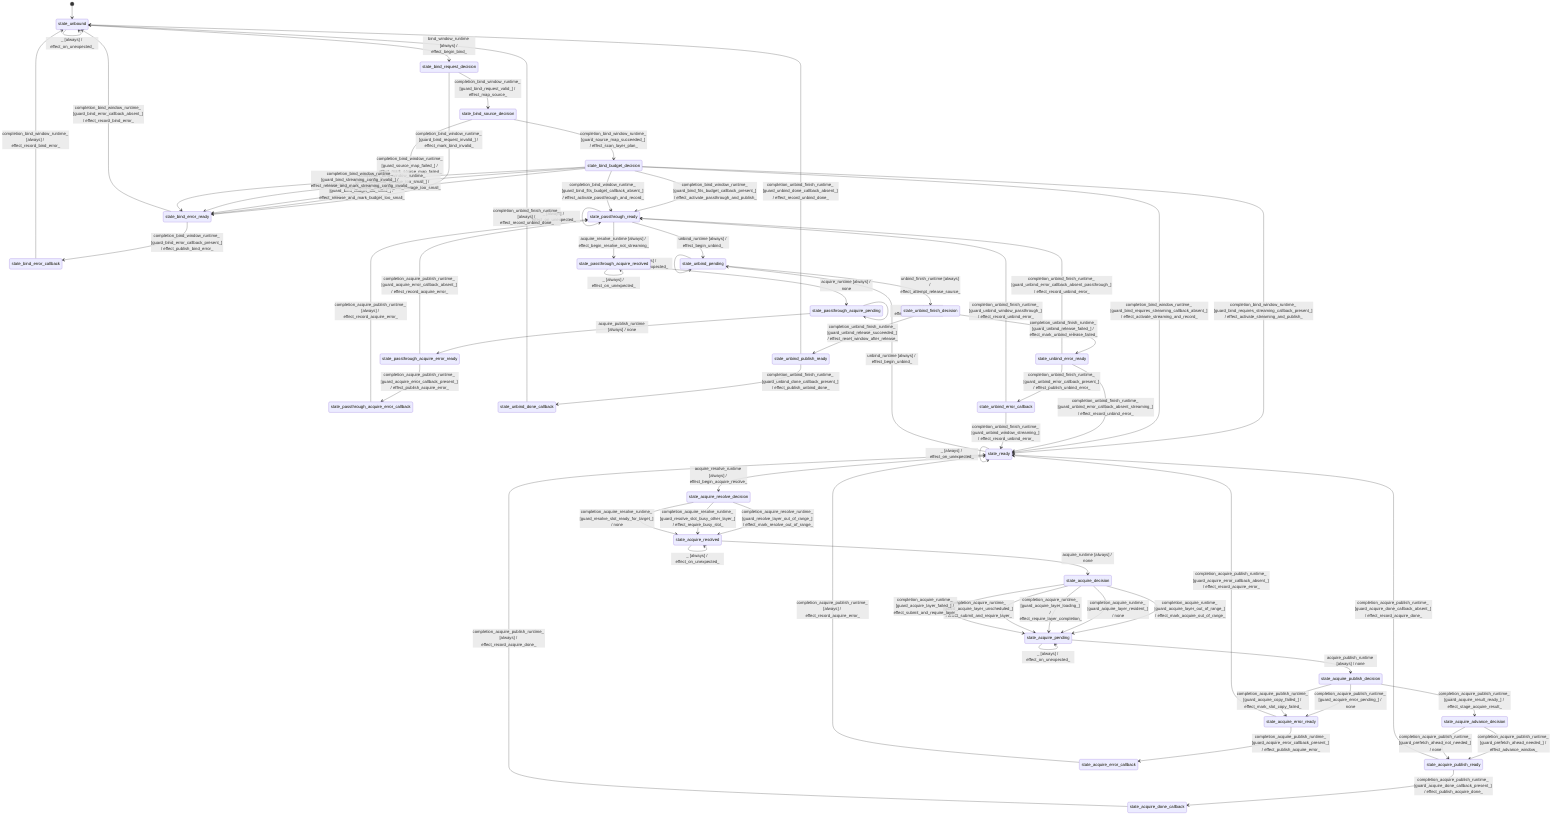
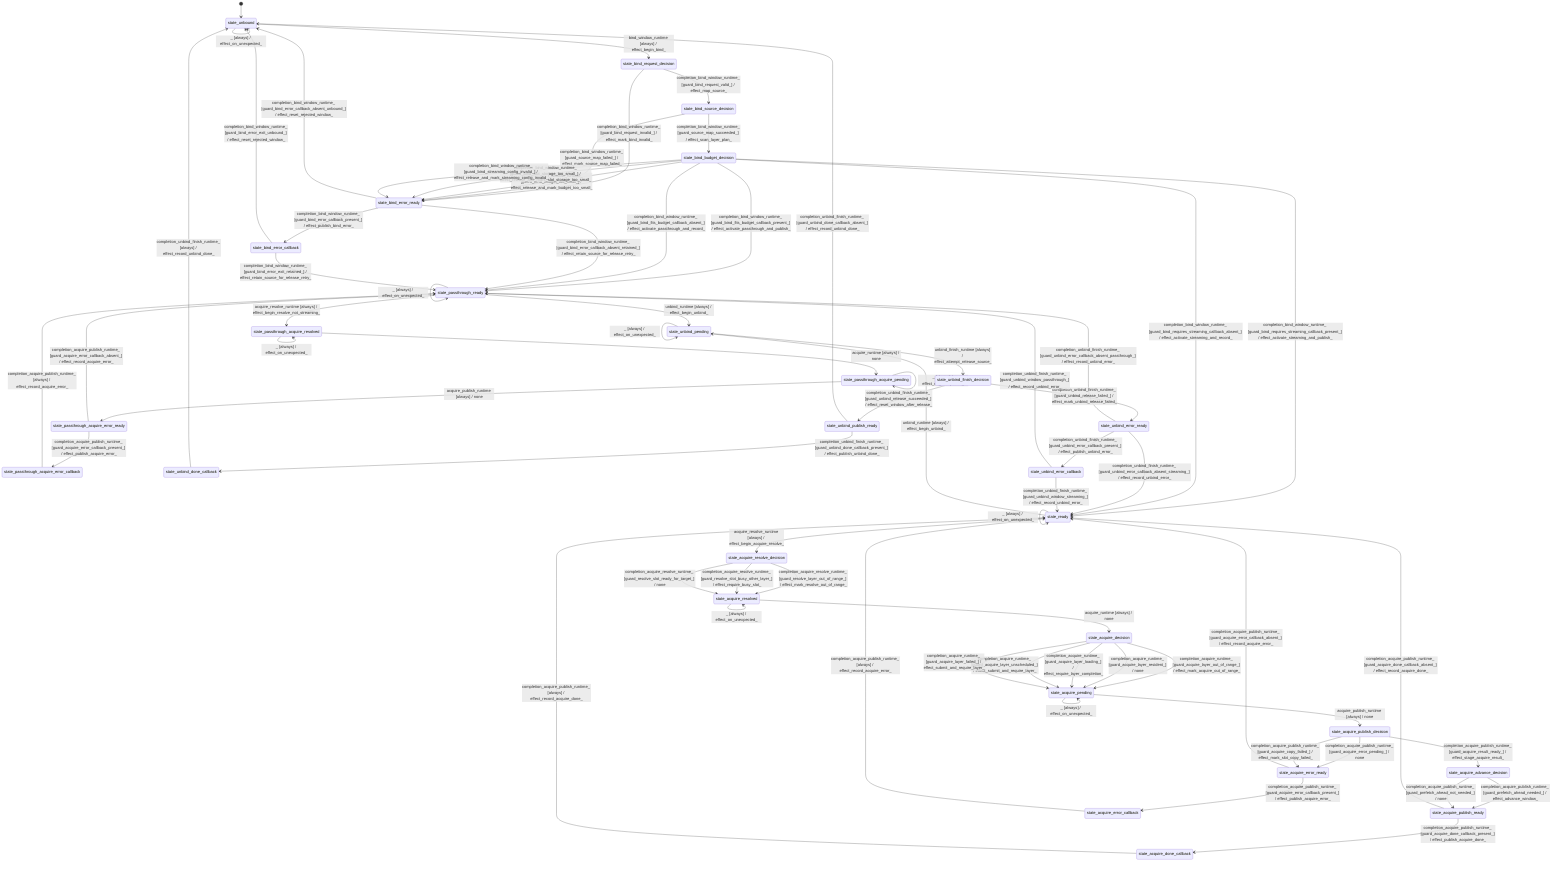
stateDiagram-v2
  direction TB
  [*] --> state_unbound
  state_unbound --> state_bind_request_decision : bind_window_runtime [always] / effect_begin_bind_
  state_bind_request_decision --> state_bind_source_decision : completion_bind_window_runtime_ [guard_bind_request_valid_] / effect_map_source_
  state_bind_request_decision --> state_bind_error_ready : completion_bind_window_runtime_ [guard_bind_request_invalid_] / effect_mark_bind_invalid_
  state_bind_source_decision --> state_bind_budget_decision : completion_bind_window_runtime_ [guard_source_map_succeeded_] / effect_scan_layer_plan_
  state_bind_source_decision --> state_bind_error_ready : completion_bind_window_runtime_ [guard_source_map_failed_] / effect_mark_source_map_failed_
  state_bind_budget_decision --> state_passthrough_ready : completion_bind_window_runtime_ [guard_bind_fits_budget_callback_present_] / effect_activate_passthrough_and_publish_
  state_bind_budget_decision --> state_passthrough_ready : completion_bind_window_runtime_ [guard_bind_fits_budget_callback_absent_] / effect_activate_passthrough_and_record_
  state_bind_budget_decision --> state_ready : completion_bind_window_runtime_ [guard_bind_requires_streaming_callback_present_] / effect_activate_streaming_and_publish_
  state_bind_budget_decision --> state_ready : completion_bind_window_runtime_ [guard_bind_requires_streaming_callback_absent_] / effect_activate_streaming_and_record_
  state_bind_budget_decision --> state_bind_error_ready : completion_bind_window_runtime_ [guard_bind_budget_too_small_] / effect_release_and_mark_budget_too_small_
  state_bind_budget_decision --> state_bind_error_ready : completion_bind_window_runtime_ [guard_bind_slot_storage_too_small_] / effect_release_and_mark_slot_storage_too_small_
  state_bind_budget_decision --> state_bind_error_ready : completion_bind_window_runtime_ [guard_bind_streaming_config_invalid_] / effect_release_and_mark_streaming_config_invalid_
  state_bind_error_ready --> state_bind_error_callback : completion_bind_window_runtime_ [guard_bind_error_callback_present_] / effect_publish_bind_error_
-   state_bind_error_ready --> state_unbound : completion_bind_window_runtime_ [guard_bind_error_callback_absent_] / effect_record_bind_error_
-   state_bind_error_callback --> state_unbound : completion_bind_window_runtime_ [always] / effect_record_bind_error_
+   state_bind_error_ready --> state_unbound : completion_bind_window_runtime_ [guard_bind_error_callback_absent_unbound_] / effect_reset_rejected_window_
+   state_bind_error_ready --> state_passthrough_ready : completion_bind_window_runtime_ [guard_bind_error_callback_absent_retained_] / effect_retain_source_for_release_retry_
+   state_bind_error_callback --> state_unbound : completion_bind_window_runtime_ [guard_bind_error_exit_unbound_] / effect_reset_rejected_window_
+   state_bind_error_callback --> state_passthrough_ready : completion_bind_window_runtime_ [guard_bind_error_exit_retained_] / effect_retain_source_for_release_retry_
  state_ready --> state_ready : bind_window_runtime [guard_bind_error_callback_present_] / effect_mark_already_bound_and_publish_
  state_ready --> state_ready : bind_window_runtime [guard_bind_error_callback_absent_] / effect_mark_bind_already_bound_
  state_passthrough_ready --> state_passthrough_ready : bind_window_runtime [guard_bind_error_callback_present_] / effect_mark_already_bound_and_publish_
  state_passthrough_ready --> state_passthrough_ready : bind_window_runtime [guard_bind_error_callback_absent_] / effect_mark_bind_already_bound_
  state_ready --> state_acquire_resolve_decision : acquire_resolve_runtime [always] / effect_begin_acquire_resolve_
  state_acquire_resolve_decision --> state_acquire_resolved : completion_acquire_resolve_runtime_ [guard_resolve_layer_out_of_range_] / effect_mark_resolve_out_of_range_
  state_acquire_resolve_decision --> state_acquire_resolved : completion_acquire_resolve_runtime_ [guard_resolve_slot_busy_other_layer_] / effect_require_busy_slot_
  state_acquire_resolve_decision --> state_acquire_resolved : completion_acquire_resolve_runtime_ [guard_resolve_slot_ready_for_target_] / none
  state_acquire_resolved --> state_acquire_resolved : completion [always] / effect_commit_slot_load_
  state_acquire_resolved --> state_acquire_decision : acquire_runtime [always] / none
  state_acquire_decision --> state_acquire_pending : completion_acquire_runtime_ [guard_acquire_layer_out_of_range_] / effect_mark_acquire_out_of_range_
  state_acquire_decision --> state_acquire_pending : completion_acquire_runtime_ [guard_acquire_layer_resident_] / none
  state_acquire_decision --> state_acquire_pending : completion_acquire_runtime_ [guard_acquire_layer_loading_] / effect_require_layer_completion_
  state_acquire_decision --> state_acquire_pending : completion_acquire_runtime_ [guard_acquire_layer_unscheduled_] / effect_submit_and_require_layer_
  state_acquire_decision --> state_acquire_pending : completion_acquire_runtime_ [guard_acquire_layer_failed_] / effect_submit_and_require_layer_
  state_acquire_pending --> state_acquire_publish_decision : acquire_publish_runtime [always] / none
  state_acquire_publish_decision --> state_acquire_advance_decision : completion_acquire_publish_runtime_ [guard_acquire_result_ready_] / effect_stage_acquire_result_
  state_acquire_publish_decision --> state_acquire_error_ready : completion_acquire_publish_runtime_ [guard_acquire_error_pending_] / none
  state_acquire_publish_decision --> state_acquire_error_ready : completion_acquire_publish_runtime_ [guard_acquire_copy_failed_] / effect_mark_slot_copy_failed_
  state_acquire_advance_decision --> state_acquire_publish_ready : completion_acquire_publish_runtime_ [guard_prefetch_ahead_needed_] / effect_advance_window_
  state_acquire_advance_decision --> state_acquire_publish_ready : completion_acquire_publish_runtime_ [guard_prefetch_ahead_not_needed_] / none
  state_acquire_publish_ready --> state_acquire_done_callback : completion_acquire_publish_runtime_ [guard_acquire_done_callback_present_] / effect_publish_acquire_done_
  state_acquire_publish_ready --> state_ready : completion_acquire_publish_runtime_ [guard_acquire_done_callback_absent_] / effect_record_acquire_done_
  state_acquire_done_callback --> state_ready : completion_acquire_publish_runtime_ [always] / effect_record_acquire_done_
  state_acquire_error_ready --> state_acquire_error_callback : completion_acquire_publish_runtime_ [guard_acquire_error_callback_present_] / effect_publish_acquire_error_
  state_acquire_error_ready --> state_ready : completion_acquire_publish_runtime_ [guard_acquire_error_callback_absent_] / effect_record_acquire_error_
  state_acquire_error_callback --> state_ready : completion_acquire_publish_runtime_ [always] / effect_record_acquire_error_
  state_passthrough_ready --> state_passthrough_acquire_resolved : acquire_resolve_runtime [always] / effect_begin_resolve_not_streaming_
  state_passthrough_acquire_resolved --> state_passthrough_acquire_pending : acquire_runtime [always] / none
  state_passthrough_acquire_pending --> state_passthrough_acquire_error_ready : acquire_publish_runtime [always] / none
  state_passthrough_acquire_error_ready --> state_passthrough_acquire_error_callback : completion_acquire_publish_runtime_ [guard_acquire_error_callback_present_] / effect_publish_acquire_error_
  state_passthrough_acquire_error_ready --> state_passthrough_ready : completion_acquire_publish_runtime_ [guard_acquire_error_callback_absent_] / effect_record_acquire_error_
  state_passthrough_acquire_error_callback --> state_passthrough_ready : completion_acquire_publish_runtime_ [always] / effect_record_acquire_error_
  state_unbound --> state_unbound : acquire_resolve_runtime [always] / effect_begin_resolve_not_bound_
  state_unbound --> state_unbound : acquire_runtime [always] / none
  state_unbound --> state_unbound : acquire_publish_runtime [guard_acquire_error_callback_present_] / effect_publish_acquire_error_
  state_unbound --> state_unbound : acquire_publish_runtime [guard_acquire_error_callback_absent_] / effect_record_acquire_error_
  state_ready --> state_ready : completion [always] / effect_commit_slot_load_
  state_acquire_pending --> state_acquire_pending : completion [always] / effect_commit_slot_load_
  state_unbind_pending --> state_unbind_pending : completion [always] / effect_commit_slot_load_
  state_passthrough_ready --> state_passthrough_ready : completion [always] / effect_record_stray_completion_
  state_unbound --> state_unbound : completion [always] / effect_record_stray_completion_
  state_ready --> state_unbind_pending : unbind_runtime [always] / effect_begin_unbind_
  state_passthrough_ready --> state_unbind_pending : unbind_runtime [always] / effect_begin_unbind_
  state_unbind_pending --> state_unbind_finish_decision : unbind_finish_runtime [always] / effect_attempt_release_source_
  state_unbind_finish_decision --> state_unbind_publish_ready : completion_unbind_finish_runtime_ [guard_unbind_release_succeeded_] / effect_reset_window_after_release_
  state_unbind_finish_decision --> state_unbind_error_ready : completion_unbind_finish_runtime_ [guard_unbind_release_failed_] / effect_mark_unbind_release_failed_
  state_unbind_publish_ready --> state_unbind_done_callback : completion_unbind_finish_runtime_ [guard_unbind_done_callback_present_] / effect_publish_unbind_done_
  state_unbind_publish_ready --> state_unbound : completion_unbind_finish_runtime_ [guard_unbind_done_callback_absent_] / effect_record_unbind_done_
  state_unbind_done_callback --> state_unbound : completion_unbind_finish_runtime_ [always] / effect_record_unbind_done_
  state_unbind_error_ready --> state_unbind_error_callback : completion_unbind_finish_runtime_ [guard_unbind_error_callback_present_] / effect_publish_unbind_error_
  state_unbind_error_ready --> state_ready : completion_unbind_finish_runtime_ [guard_unbind_error_callback_absent_streaming_] / effect_record_unbind_error_
  state_unbind_error_ready --> state_passthrough_ready : completion_unbind_finish_runtime_ [guard_unbind_error_callback_absent_passthrough_] / effect_record_unbind_error_
  state_unbind_error_callback --> state_ready : completion_unbind_finish_runtime_ [guard_unbind_window_streaming_] / effect_record_unbind_error_
  state_unbind_error_callback --> state_passthrough_ready : completion_unbind_finish_runtime_ [guard_unbind_window_passthrough_] / effect_record_unbind_error_
  state_unbound --> state_unbound : unbind_runtime [always] / effect_mark_unbind_not_bound_
  state_unbound --> state_unbound : unbind_finish_runtime [guard_unbind_error_callback_present_] / effect_publish_unbind_error_
  state_unbound --> state_unbound : unbind_finish_runtime [guard_unbind_error_callback_absent_] / effect_record_unbind_error_
  state_unbound --> state_unbound : _ [always] / effect_on_unexpected_
  state_ready --> state_ready : _ [always] / effect_on_unexpected_
  state_passthrough_ready --> state_passthrough_ready : _ [always] / effect_on_unexpected_
  state_acquire_resolved --> state_acquire_resolved : _ [always] / effect_on_unexpected_
  state_passthrough_acquire_resolved --> state_passthrough_acquire_resolved : _ [always] / effect_on_unexpected_
  state_acquire_pending --> state_acquire_pending : _ [always] / effect_on_unexpected_
  state_passthrough_acquire_pending --> state_passthrough_acquire_pending : _ [always] / effect_on_unexpected_
  state_unbind_pending --> state_unbind_pending : _ [always] / effect_on_unexpected_
